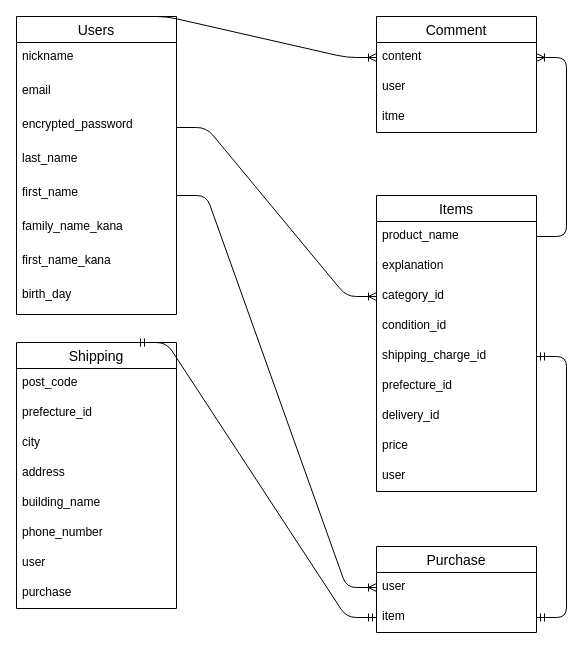
Above: ER.dio in Takapirorin/furima-37208 (draw.io), before the change. Source tidied: cells renumbered, new cells numbered last; positions are measured from the earlier drawing's top-left corner, leaving out a move shared by most shapes. Both pictures are drawn from the tidied source at 100%, with x=0, y=0 at pixel (16, 16).
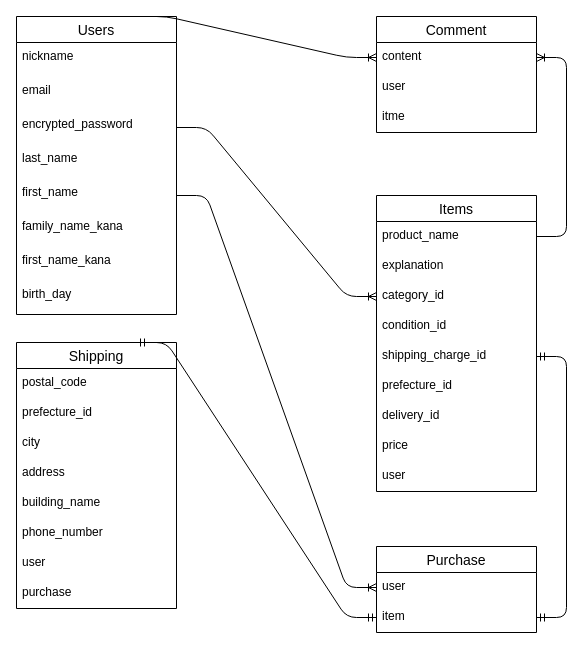
Above is the later version.

The change refers to these unchanged cells:
```xml
<mxCell id="24" value="Shipping" style="swimlane;fontStyle=0;horizontal=1;startSize=26;align=center;fontSize=14;" parent="1" vertex="1">
  <mxGeometry y="326" width="160" height="266" as="geometry" />
</mxCell>
```

What changed in the source:
```diff
@@
-    <mxCell id="25" value="post_code" style="text;strokeColor=none;fillColor=none;spacingLeft=4;spacingRight=4;overflow=hidden;fontSize=12;" parent="24" vertex="1">
+    <mxCell id="25" value="postal_code" style="text;strokeColor=none;fillColor=none;spacingLeft=4;spacingRight=4;overflow=hidden;fontSize=12;" parent="24" vertex="1">
       <mxGeometry y="26" width="160" height="30" as="geometry" />
     </mxCell>
```
